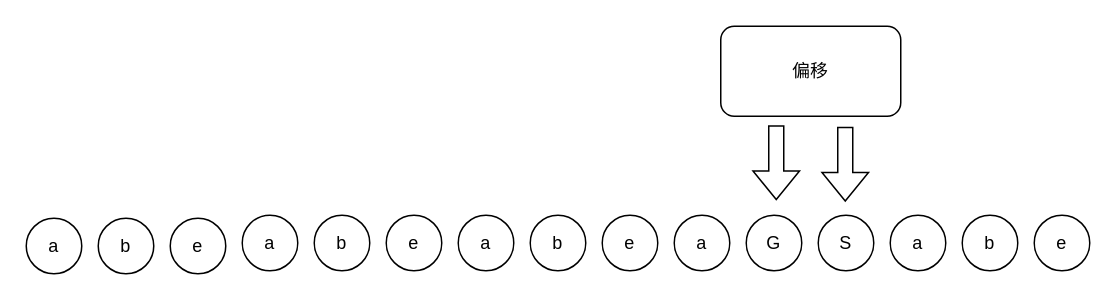
The draw.io diagram IWSqifa.drawio in LiLiJacky/graphData, before the edit. Source tidied: cells renumbered, new cells numbered last; positions are measured from the earlier drawing's top-left corner, leaving out a move shared by most shapes. Both pictures are drawn from the tidied source at 150%, with x=0, y=0 at pixel (26, 26).
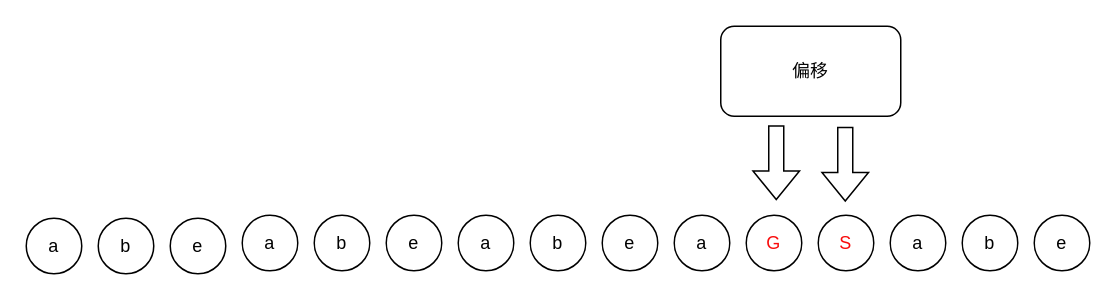
The same page after the edit.

The edit, as a diff of the source:
```diff
@@
-    <mxCell id="12" value="G" style="ellipse;whiteSpace=wrap;html=1;" parent="1" vertex="1">
+    <mxCell id="12" value="G" style="ellipse;whiteSpace=wrap;html=1;fontColor=#f90b0b;" parent="1" vertex="1">
       <mxGeometry x="480" y="126" width="37" height="37" as="geometry" />
     </mxCell>
-    <mxCell id="13" value="S" style="ellipse;whiteSpace=wrap;html=1;" parent="1" vertex="1">
+    <mxCell id="13" value="S" style="ellipse;whiteSpace=wrap;html=1;fontColor=#f90b0b;" parent="1" vertex="1">
       <mxGeometry x="528" y="126" width="37" height="37" as="geometry" />
     </mxCell>
```
